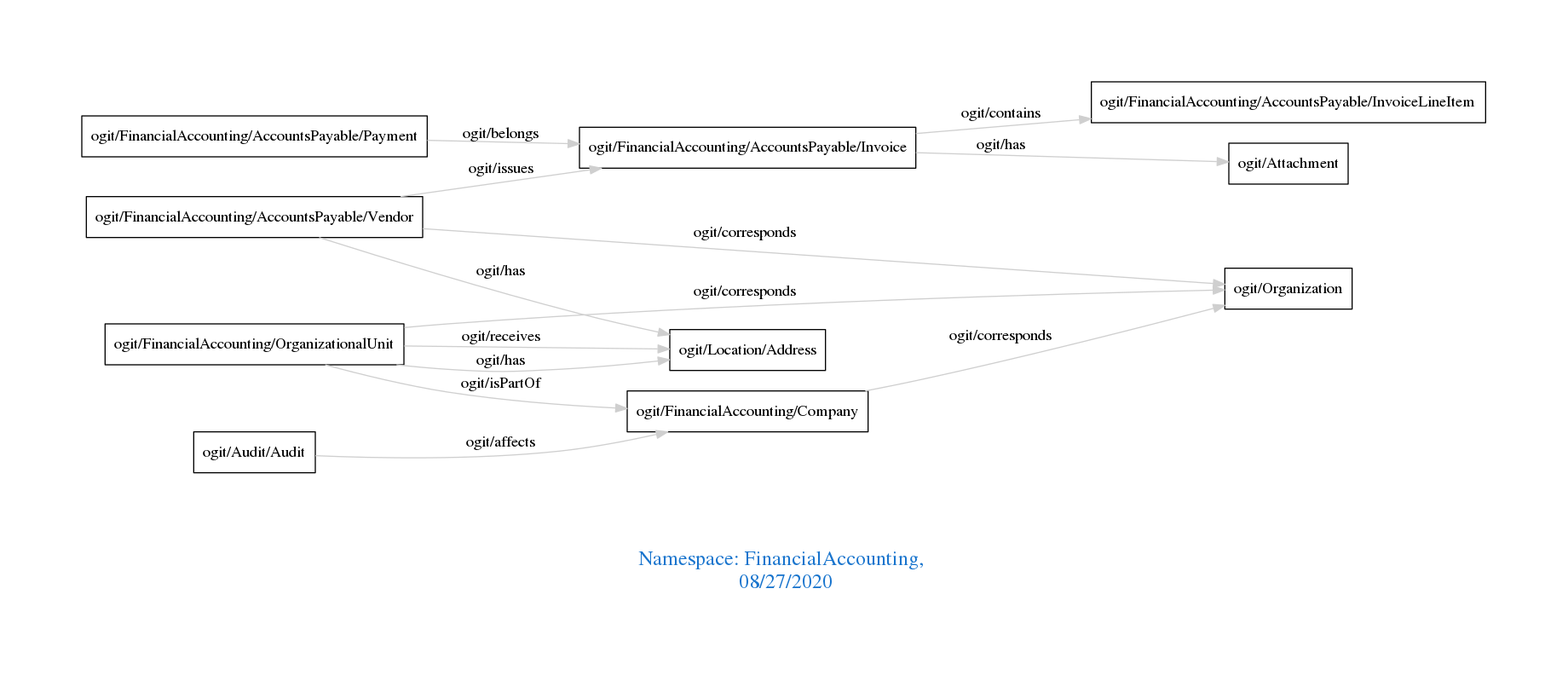
This is downloads/FinancialAccounting.png from arago/OGIT, a Graphviz export, as it was before one commit. Its source is kept beside it as downloads/FinancialAccounting.dot.
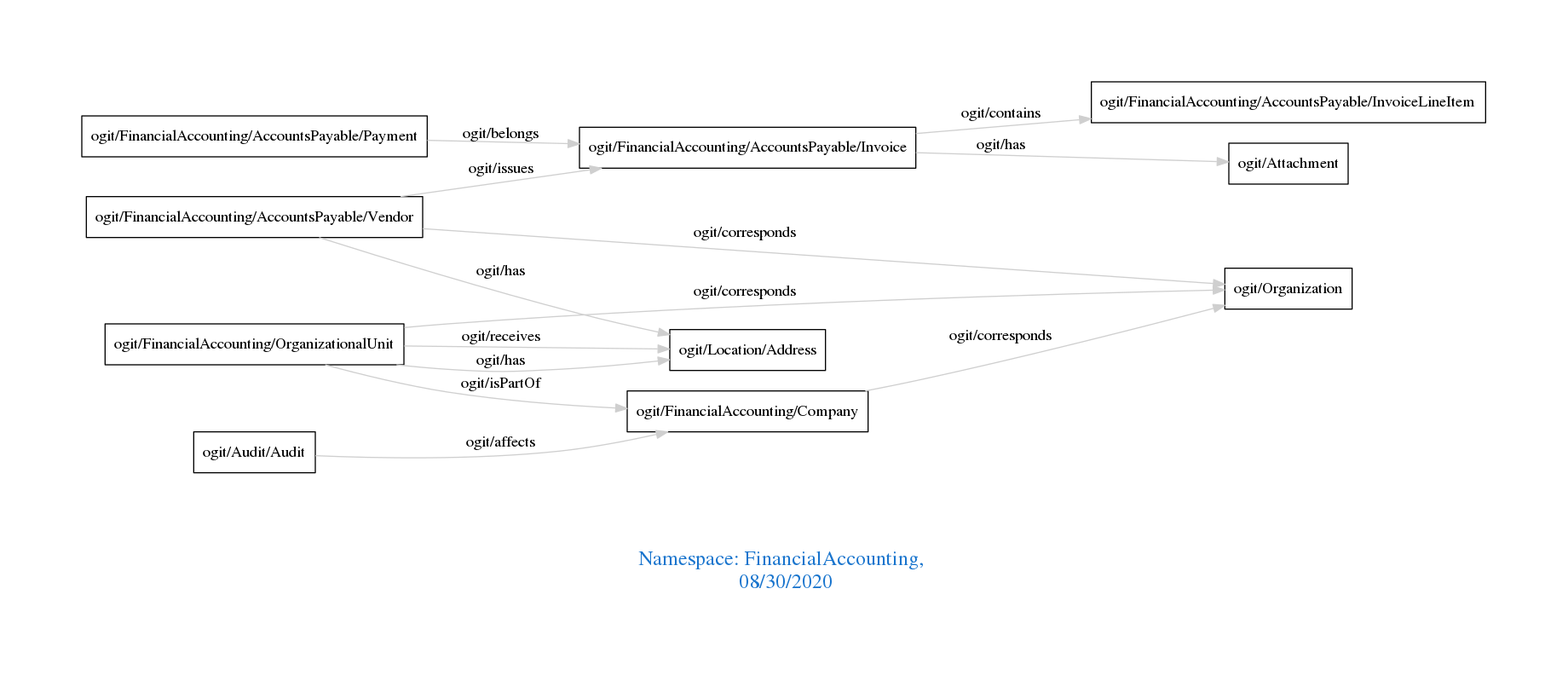
After the change.

Diff of the diagram source:
```diff
@@ -1,7 +1,7 @@
 digraph OGIT_ontology {
  graph [ rankdir= LR,pad=1
 fontsize = 18,
-fontcolor= dodgerblue3,label = "\n\n\nNamespace: FinancialAccounting, \n 08/27/2020"];
+fontcolor= dodgerblue3,label = "\n\n\nNamespace: FinancialAccounting, \n 08/30/2020"];
 node[shape=polygon];
 edge [  color="gray81"];
 
```
